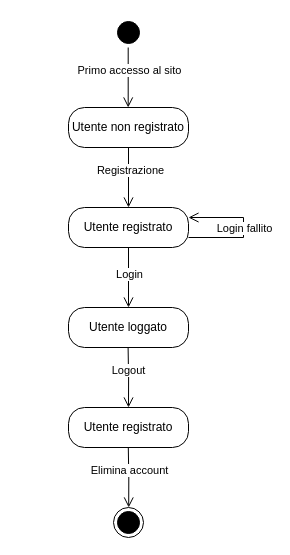
Before: state1.drawio in alexbnls/progetto-is, a draw.io diagram. Source tidied: cells renumbered, new cells numbered last; positions are measured from the earlier drawing's top-left corner, leaving out a move shared by most shapes. Both pictures are drawn from the tidied source at 100%, with x=0, y=0 at pixel (68, 17).
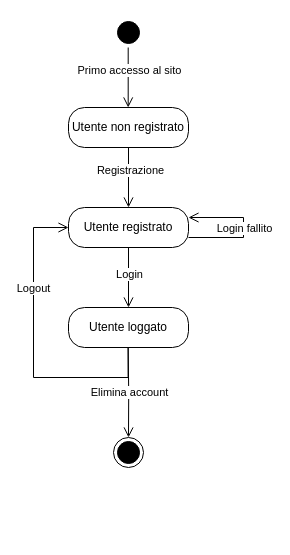
After the change.

The change refers to these unchanged cells:
```xml
<mxCell id="6" value="Utente registrato" style="rounded=1;whiteSpace=wrap;html=1;arcSize=40;" parent="1" vertex="1">
  <mxGeometry y="190" width="120" height="40" as="geometry" />
</mxCell>
```

Change to the diagram source:
```diff
@@
     <mxCell id="5" style="ellipse;html=1;shape=endState;fillColor=#000000;strokeColor=#000000;" parent="1" vertex="1">
-      <mxGeometry x="45" y="490" width="30" height="30" as="geometry" />
+      <mxGeometry x="45" y="420" width="30" height="30" as="geometry" />
     </mxCell>
@@
-    <mxCell id="10" style="edgeStyle=orthogonalEdgeStyle;html=1;verticalAlign=bottom;endArrow=open;endSize=8;rounded=0;" parent="1" edge="1">
+    <mxCell id="10" style="edgeStyle=orthogonalEdgeStyle;html=1;verticalAlign=bottom;endArrow=open;endSize=8;rounded=0;entryX=0;entryY=0.5;entryDx=0;entryDy=0;" parent="1" edge="1" target="6">
       <mxGeometry relative="1" as="geometry">
         <mxPoint x="59.6" y="330" as="sourcePoint" />
-        <mxPoint x="60" y="390" as="targetPoint" />
+        <Array as="points">
+          <mxPoint x="60" y="360" />
+          <mxPoint x="-35" y="360" />
+          <mxPoint x="-35" y="210" />
+        </Array>
       </mxGeometry>
     </mxCell>
     <mxCell id="11" value="Logout" style="edgeLabel;html=1;align=center;verticalAlign=middle;" parent="10" vertex="1">
       <mxGeometry x="-0.23" y="2" relative="1" as="geometry">
-        <mxPoint x="-2" as="offset" />
+        <mxPoint x="-6" y="-92" as="offset" />
       </mxGeometry>
     </mxCell>
@@
-    <mxCell id="17" value="Utente registrato" style="rounded=1;whiteSpace=wrap;html=1;arcSize=40;" parent="1" vertex="1">
-      <mxGeometry y="390" width="120" height="40" as="geometry" />
-    </mxCell>
-    <mxCell id="18" style="edgeStyle=orthogonalEdgeStyle;html=1;verticalAlign=bottom;endArrow=open;endSize=8;rounded=0;" parent="1" edge="1">
+    <mxCell id="18" style="edgeStyle=orthogonalEdgeStyle;html=1;verticalAlign=bottom;endArrow=open;endSize=8;rounded=0;entryX=0.5;entryY=0;entryDx=0;entryDy=0;" parent="1" edge="1" target="5">
       <mxGeometry relative="1" as="geometry">
-        <mxPoint x="59.8" y="430" as="sourcePoint" />
-        <mxPoint x="60.2" y="490" as="targetPoint" />
+        <mxPoint x="59.7" y="330" as="sourcePoint" />
       </mxGeometry>
     </mxCell>
     <mxCell id="19" value="Elimina account" style="edgeLabel;html=1;align=center;verticalAlign=middle;" parent="18" vertex="1">
       <mxGeometry x="-0.23" y="2" relative="1" as="geometry">
-        <mxPoint x="-2" as="offset" />
+        <mxPoint x="-2" y="10" as="offset" />
       </mxGeometry>
     </mxCell>
```
